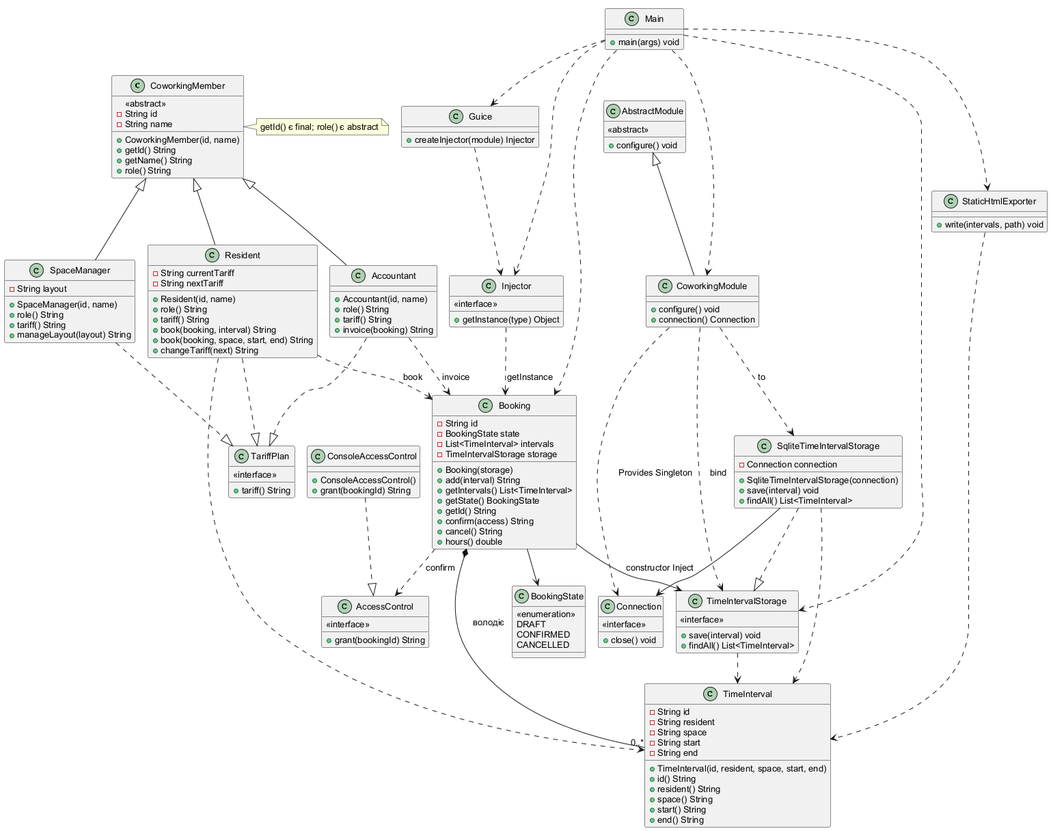
The PlantUML diagram docs/class.png in auulina21/coworking-19, before a commit.
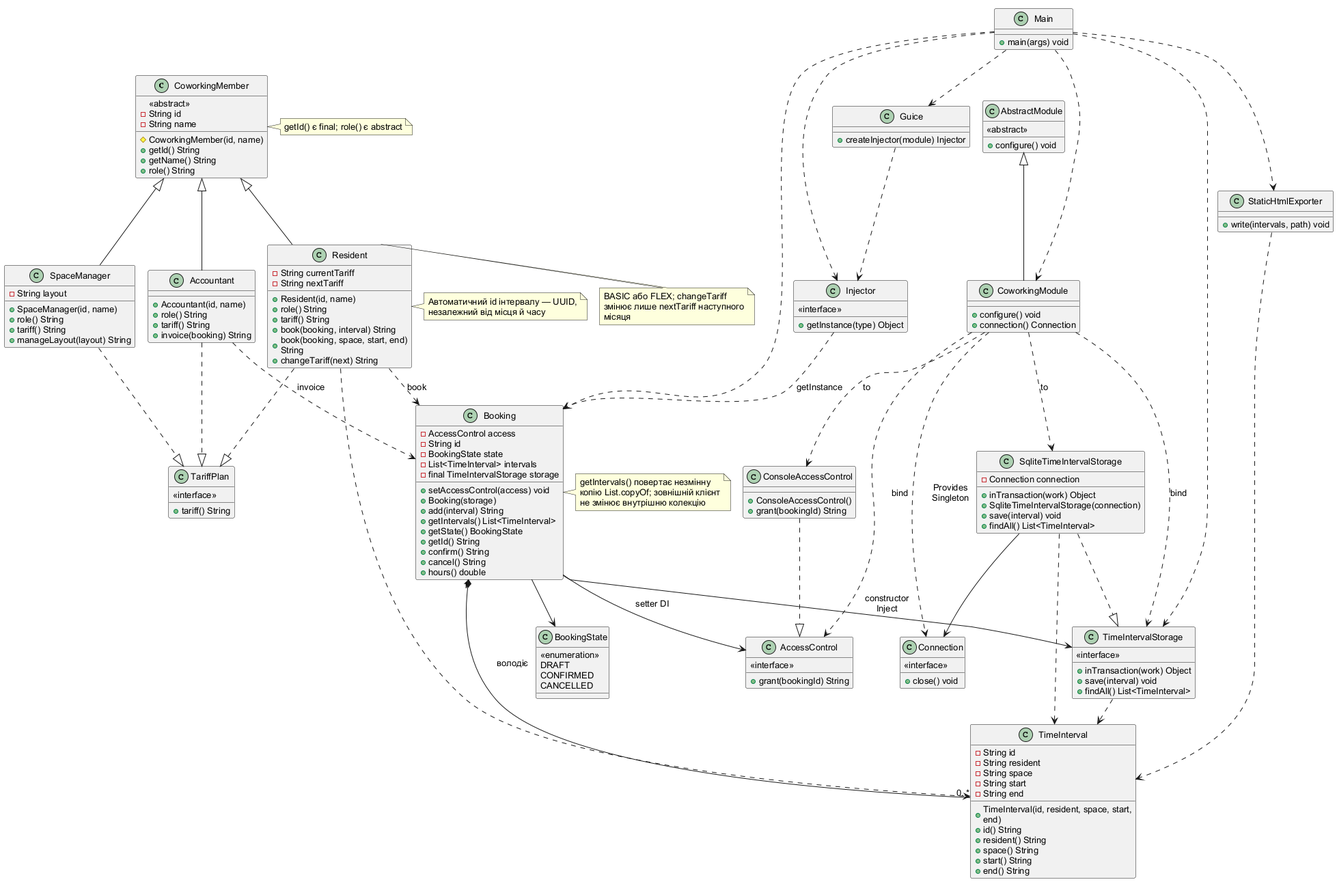
The same file after the commit.

The edit, as a diff of the source:
```diff
@@ -2,13 +2,15 @@
 !pragma layout smetana
 skinparam defaultFontName Arial
 skinparam defaultFontSize 13
+skinparam maxMessageSize 85
+skinparam wrapWidth 220
 skinparam nodesep 35
 skinparam ranksep 45
 class CoworkingMember {
   <<abstract>>
   -String id
   -String name
-  +CoworkingMember(id, name)
+  #CoworkingMember(id, name)
   +getId() String
   +getName() String
   +role() String
@@ -60,16 +62,18 @@
   CANCELLED
 }
 class Booking {
+  -AccessControl access
+  +setAccessControl(access) void
   -String id
   -BookingState state
   -List<TimeInterval> intervals
-  -TimeIntervalStorage storage
+  -final TimeIntervalStorage storage
   +Booking(storage)
   +add(interval) String
   +getIntervals() List<TimeInterval>
   +getState() BookingState
   +getId() String
-  +confirm(access) String
+  +confirm() String
   +cancel() String
   +hours() double
 }
@@ -82,11 +86,13 @@
   +grant(bookingId) String
 }
 class TimeIntervalStorage {
+  +inTransaction(work) Object
   <<interface>>
   +save(interval) void
   +findAll() List<TimeInterval>
 }
 class SqliteTimeIntervalStorage {
+  +inTransaction(work) Object
   -Connection connection
   +SqliteTimeIntervalStorage(connection)
   +save(interval) void
@@ -125,7 +131,7 @@
 Accountant ..|> TariffPlan
 Booking "1" *-- "0..*" TimeInterval : володіє
 Booking --> BookingState
-Booking ..> AccessControl : confirm
+Booking --> AccessControl : setter DI
 ConsoleAccessControl ..|> AccessControl
 Resident ..> Booking : book
 Resident ..> TimeInterval
@@ -150,4 +156,13 @@
 Main ..> TimeIntervalStorage
 
 note right of CoworkingMember : getId() є final; role() є abstract
+
+note right of Resident : BASIC або FLEX; changeTariff змінює лише nextTariff наступного місяця
+
+CoworkingModule ..> AccessControl : bind
+CoworkingModule ..> ConsoleAccessControl : to
+
+note right of Resident : Автоматичний id інтервалу — UUID, незалежний від місця й часу
+
+note right of Booking : getIntervals() повертає незмінну копію List.copyOf; зовнішній клієнт не змінює внутрішню колекцію
 @enduml
```
